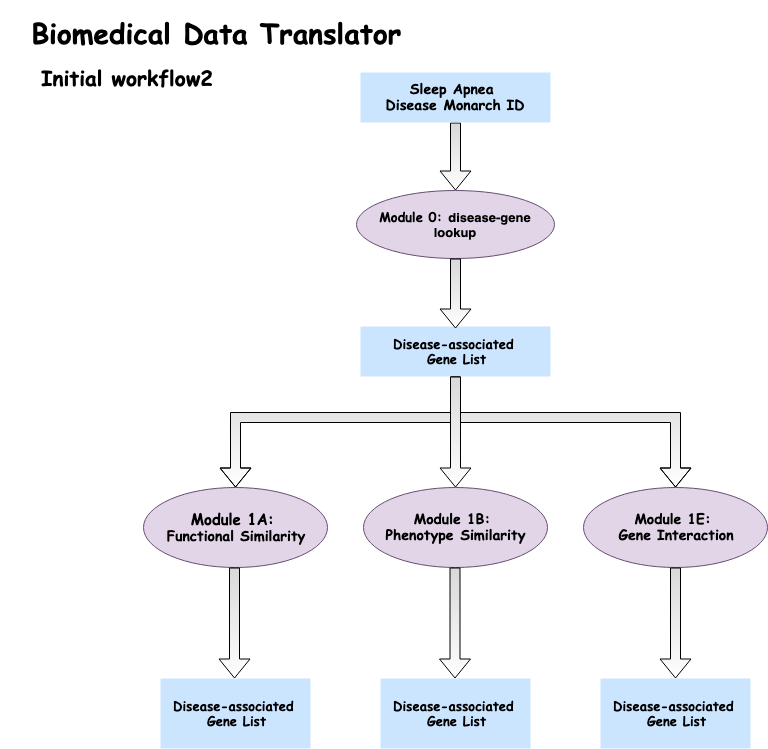
Earlier version of the draw.io export workflow2_diagram.png (imxiaow/SleepApnea-Presentation). Source tidied: cells renumbered, new cells last; positions are measured from the earlier drawing's top-left corner, leaving out a move shared by most shapes.
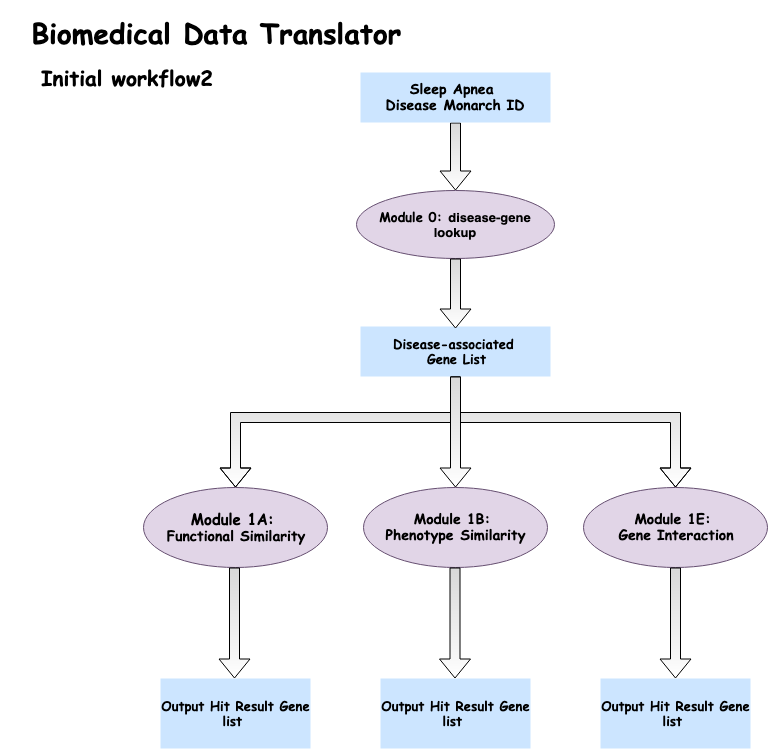
Later version of the same file.

Diff of the diagram source:
```diff
@@ -46,15 +46,9 @@
         <mxPoint x="455" y="470" as="targetPoint" />
       </mxGeometry>
     </mxCell>
-    <mxCell id="11" value="&lt;h4 style=&quot;font-size: 13px&quot;&gt;&lt;font face=&quot;Comic Sans MS&quot; style=&quot;font-size: 13px&quot;&gt;Disease-associated&amp;nbsp;&lt;br&gt;&lt;/font&gt;&lt;font face=&quot;Comic Sans MS&quot; style=&quot;font-size: 13px&quot;&gt;Gene List&lt;/font&gt;&lt;/h4&gt;" style="rounded=0;whiteSpace=wrap;html=1;fillColor=#cce5ff;strokeColor=none;" parent="1" vertex="1">
-      <mxGeometry x="600" y="661" width="150" height="70" as="geometry" />
-    </mxCell>
-    <mxCell id="12" value="&lt;h4 style=&quot;font-size: 13px&quot;&gt;&lt;font face=&quot;Comic Sans MS&quot; style=&quot;font-size: 13px&quot;&gt;Disease-associated&amp;nbsp;&lt;br&gt;&lt;/font&gt;&lt;font face=&quot;Comic Sans MS&quot; style=&quot;font-size: 13px&quot;&gt;Gene List&lt;/font&gt;&lt;/h4&gt;" style="rounded=0;whiteSpace=wrap;html=1;fillColor=#cce5ff;strokeColor=none;" parent="1" vertex="1">
+    <mxCell id="12" value="&lt;h4 style=&quot;font-size: 13px&quot;&gt;&lt;font face=&quot;Comic Sans MS&quot;&gt;Output Hit Result Gene list&amp;nbsp;&lt;/font&gt;&lt;/h4&gt;" style="rounded=0;whiteSpace=wrap;html=1;fillColor=#cce5ff;strokeColor=none;" parent="1" vertex="1">
       <mxGeometry x="160" y="661" width="150" height="70" as="geometry" />
     </mxCell>
-    <mxCell id="13" value="&lt;h4 style=&quot;font-size: 13px&quot;&gt;&lt;font face=&quot;Comic Sans MS&quot; style=&quot;font-size: 13px&quot;&gt;Disease-associated&amp;nbsp;&lt;br&gt;&lt;/font&gt;&lt;font face=&quot;Comic Sans MS&quot; style=&quot;font-size: 13px&quot;&gt;Gene List&lt;/font&gt;&lt;/h4&gt;" style="rounded=0;whiteSpace=wrap;html=1;fillColor=#cce5ff;strokeColor=none;" parent="1" vertex="1">
-      <mxGeometry x="380" y="661" width="150" height="70" as="geometry" />
-    </mxCell>
     <mxCell id="14" value="&lt;h3&gt;&lt;/h3&gt;&lt;h3 style=&quot;text-align: center&quot;&gt;&lt;font face=&quot;Comic Sans MS&quot;&gt;&lt;font style=&quot;font-size: 15px&quot;&gt;Module 1A:&amp;nbsp;&lt;br&gt;&lt;/font&gt;&lt;/font&gt;&lt;font face=&quot;Comic Sans MS&quot;&gt;&lt;b&gt;Functional Similarity&lt;/b&gt;&lt;/font&gt;&lt;/h3&gt;" style="ellipse;whiteSpace=wrap;html=1;fillColor=#e1d5e7;strokeColor=#654E70;gradientColor=none;" parent="1" vertex="1">
       <mxGeometry x="143" y="470" width="184" height="80" as="geometry" />
     </mxCell>
@@ -85,5 +79,11 @@
     <mxCell id="20" value="&lt;h1&gt;&lt;b&gt;&lt;font face=&quot;Comic Sans MS&quot; style=&quot;font-size: 28px&quot;&gt;Biomedical Data Translator&amp;nbsp;&lt;/font&gt;&lt;/b&gt;&lt;/h1&gt;" style="text;html=1;strokeColor=none;fillColor=none;align=center;verticalAlign=middle;whiteSpace=wrap;rounded=0;" parent="1" vertex="1">
       <mxGeometry width="445" height="30" as="geometry" />
     </mxCell>
+    <mxCell id="21" value="&lt;h4 style=&quot;font-size: 13px&quot;&gt;&lt;font face=&quot;Comic Sans MS&quot;&gt;Output Hit Result Gene list&amp;nbsp;&lt;/font&gt;&lt;/h4&gt;" style="rounded=0;whiteSpace=wrap;html=1;fillColor=#cce5ff;strokeColor=none;" parent="1" vertex="1">
+      <mxGeometry x="380" y="661" width="150" height="70" as="geometry" />
+    </mxCell>
+    <mxCell id="22" value="&lt;h4 style=&quot;font-size: 13px&quot;&gt;&lt;font face=&quot;Comic Sans MS&quot;&gt;Output Hit Result Gene list&amp;nbsp;&lt;/font&gt;&lt;/h4&gt;" style="rounded=0;whiteSpace=wrap;html=1;fillColor=#cce5ff;strokeColor=none;" parent="1" vertex="1">
+      <mxGeometry x="600" y="661" width="150" height="70" as="geometry" />
+    </mxCell>
   </root>
 </mxGraphModel>
```
